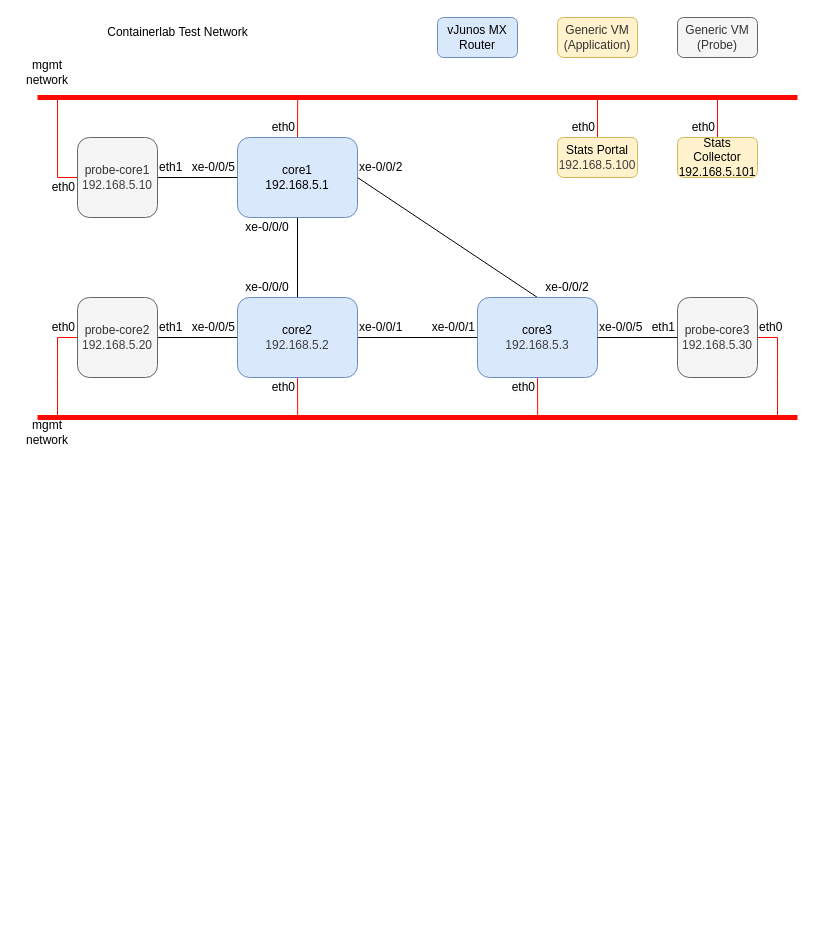
Above: Diagrams/Aquila-clab.drawio in ErcModel3/Aquila (draw.io), before the change. Source tidied: cells renumbered, new cells numbered last; positions are measured from the earlier drawing's top-left corner, leaving out a move shared by most shapes. Both pictures are drawn from the tidied source at 100%, with x=0, y=0 at pixel (17, 17).
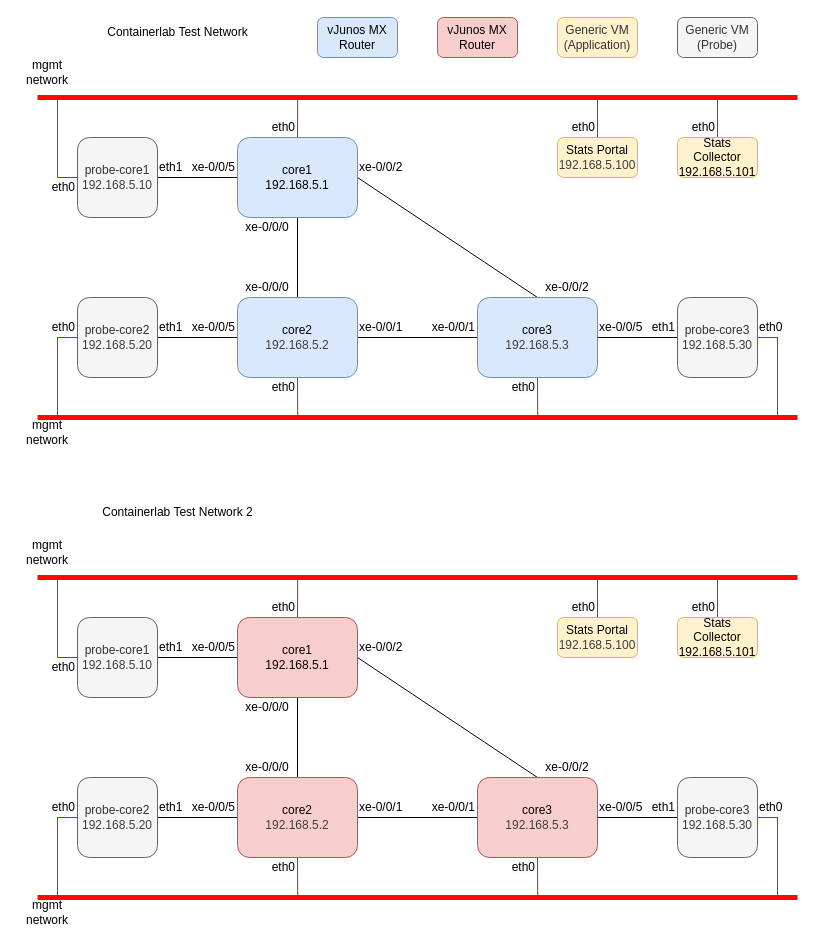
After the change.

Commit message:
Updated diagram but didn't export it (yet)

Diff of the diagram source:
```diff
@@
-    <mxCell id="39" value="vJunos MX Router" style="rounded=1;whiteSpace=wrap;html=1;fillColor=#dae8fc;strokeColor=#6c8ebf;" parent="1" vertex="1">
+    <mxCell id="39" value="vJunos MX Router" style="rounded=1;whiteSpace=wrap;html=1;fillColor=#f8cecc;strokeColor=#b85450;" parent="1" vertex="1">
       <mxGeometry x="420" width="80" height="40" as="geometry" />
     </mxCell>
@@
+    <mxCell id="52" value="vJunos MX Router" style="rounded=1;whiteSpace=wrap;html=1;fillColor=#dae8fc;strokeColor=#6c8ebf;" parent="1" vertex="1">
+      <mxGeometry x="300" width="80" height="40" as="geometry" />
+    </mxCell>
+    <mxCell id="53" style="edgeStyle=orthogonalEdgeStyle;rounded=0;jettySize=auto;html=1;exitX=0.5;exitY=1;exitDx=0;exitDy=0;entryX=0.5;entryY=0;entryDx=0;entryDy=0;endArrow=none;startFill=0;" parent="1" edge="1" source="57" target="61">
+      <mxGeometry relative="1" as="geometry" />
+    </mxCell>
+    <mxCell id="54" style="edgeStyle=none;html=1;exitX=1;exitY=0.5;exitDx=0;exitDy=0;entryX=0.5;entryY=0;entryDx=0;entryDy=0;endArrow=none;endFill=0;" parent="1" edge="1" source="57" target="63">
+      <mxGeometry relative="1" as="geometry" />
+    </mxCell>
+    <mxCell id="55" style="edgeStyle=none;html=1;exitX=0;exitY=0.5;exitDx=0;exitDy=0;entryX=1;entryY=0.5;entryDx=0;entryDy=0;endArrow=none;endFill=0;" parent="1" edge="1" source="57" target="76">
+      <mxGeometry relative="1" as="geometry" />
+    </mxCell>
+    <mxCell id="56" style="edgeStyle=none;html=1;exitX=0.5;exitY=0;exitDx=0;exitDy=0;endArrow=none;endFill=0;strokeColor=#FF0800;" parent="1" edge="1" source="57">
+      <mxGeometry relative="1" as="geometry">
+        <mxPoint x="280.2" y="560" as="targetPoint" />
+      </mxGeometry>
+    </mxCell>
+    <mxCell id="57" value="core1&lt;div&gt;192.168.5.1&lt;/div&gt;" style="rounded=1;whiteSpace=wrap;html=1;fillColor=#f8cecc;strokeColor=#b85450;" parent="1" vertex="1">
+      <mxGeometry x="220" y="600" width="120" height="80" as="geometry" />
+    </mxCell>
+    <mxCell id="58" style="edgeStyle=orthogonalEdgeStyle;rounded=0;jettySize=auto;html=1;exitX=1;exitY=0.5;exitDx=0;exitDy=0;entryX=0;entryY=0.5;entryDx=0;entryDy=0;endArrow=none;startFill=0;" parent="1" edge="1" source="61" target="63">
+      <mxGeometry relative="1" as="geometry" />
+    </mxCell>
+    <mxCell id="59" style="edgeStyle=none;html=1;exitX=0;exitY=0.5;exitDx=0;exitDy=0;entryX=1;entryY=0.5;entryDx=0;entryDy=0;endArrow=none;endFill=0;" parent="1" edge="1" source="61" target="78">
+      <mxGeometry relative="1" as="geometry" />
+    </mxCell>
+    <mxCell id="60" style="edgeStyle=none;html=1;exitX=0.5;exitY=1;exitDx=0;exitDy=0;endArrow=none;endFill=0;strokeColor=#FF0800;" parent="1" edge="1" source="61">
+      <mxGeometry relative="1" as="geometry">
+        <mxPoint x="280.2" y="880" as="targetPoint" />
+      </mxGeometry>
+    </mxCell>
+    <mxCell id="61" value="core2&lt;div&gt;&lt;span style=&quot;color: rgb(63, 63, 63);&quot;&gt;192.168.5.2&lt;/span&gt;&lt;/div&gt;" style="rounded=1;whiteSpace=wrap;html=1;fillColor=#f8cecc;strokeColor=#b85450;" parent="1" vertex="1">
+      <mxGeometry x="220" y="760" width="120" height="80" as="geometry" />
+    </mxCell>
+    <mxCell id="62" style="edgeStyle=none;html=1;exitX=0.5;exitY=1;exitDx=0;exitDy=0;endArrow=none;endFill=0;strokeColor=#FF0800;" parent="1" edge="1" source="63">
+      <mxGeometry relative="1" as="geometry">
+        <mxPoint x="520.2" y="880" as="targetPoint" />
+      </mxGeometry>
+    </mxCell>
+    <mxCell id="63" value="core3&lt;div&gt;&lt;span style=&quot;color: rgb(63, 63, 63);&quot;&gt;192.168.5.3&lt;/span&gt;&lt;/div&gt;" style="rounded=1;whiteSpace=wrap;html=1;fillColor=#f8cecc;strokeColor=#b85450;" parent="1" vertex="1">
+      <mxGeometry x="460" y="760" width="120" height="80" as="geometry" />
+    </mxCell>
+    <mxCell id="64" value="xe-0/0/0" style="text;html=1;align=center;verticalAlign=middle;whiteSpace=wrap;rounded=0;" parent="1" vertex="1">
+      <mxGeometry x="220" y="680" width="60" height="20" as="geometry" />
+    </mxCell>
+    <mxCell id="65" style="edgeStyle=none;html=1;exitX=0.5;exitY=0;exitDx=0;exitDy=0;endArrow=none;endFill=0;strokeColor=#FF0800;" parent="1" edge="1" source="66">
+      <mxGeometry relative="1" as="geometry">
+        <mxPoint x="700" y="560" as="targetPoint" />
+      </mxGeometry>
+    </mxCell>
+    <mxCell id="66" value="Stats Collector&lt;div&gt;192.168.5.101&lt;/div&gt;" style="rounded=1;whiteSpace=wrap;html=1;fillColor=#fff2cc;strokeColor=#d6b656;" parent="1" vertex="1">
+      <mxGeometry x="660" y="600" width="80" height="40" as="geometry" />
+    </mxCell>
+    <mxCell id="67" style="edgeStyle=none;html=1;exitX=0.5;exitY=0;exitDx=0;exitDy=0;endArrow=none;endFill=0;strokeColor=#FF0800;" parent="1" edge="1" source="68">
+      <mxGeometry relative="1" as="geometry">
+        <mxPoint x="580" y="560" as="targetPoint" />
+      </mxGeometry>
+    </mxCell>
+    <mxCell id="68" value="Stats Portal&lt;div&gt;&lt;span style=&quot;color: rgb(63, 63, 63);&quot;&gt;192.168.5.100&lt;/span&gt;&lt;/div&gt;" style="rounded=1;whiteSpace=wrap;html=1;fillColor=#fff2cc;strokeColor=#d6b656;" parent="1" vertex="1">
+      <mxGeometry x="540" y="600" width="80" height="40" as="geometry" />
+    </mxCell>
+    <mxCell id="69" value="Containerlab Test Network 2" style="text;html=1;align=center;verticalAlign=middle;strokeColor=none;fillColor=none;" parent="1" vertex="1">
+      <mxGeometry x="75" y="480" width="170" height="30" as="geometry" />
+    </mxCell>
+    <mxCell id="70" value="xe-0/0/0" style="text;html=1;align=center;verticalAlign=middle;whiteSpace=wrap;rounded=0;" parent="1" vertex="1">
+      <mxGeometry x="220" y="740" width="60" height="20" as="geometry" />
+    </mxCell>
+    <mxCell id="71" value="xe-0/0/1" style="text;html=1;align=left;verticalAlign=middle;whiteSpace=wrap;rounded=0;" parent="1" vertex="1">
+      <mxGeometry x="340" y="780" width="60" height="20" as="geometry" />
+    </mxCell>
+    <mxCell id="72" value="xe-0/0/1" style="text;html=1;align=right;verticalAlign=middle;whiteSpace=wrap;rounded=0;" parent="1" vertex="1">
+      <mxGeometry x="400" y="780" width="60" height="20" as="geometry" />
+    </mxCell>
+    <mxCell id="73" value="xe-0/0/2" style="text;html=1;align=left;verticalAlign=middle;whiteSpace=wrap;rounded=0;" parent="1" vertex="1">
+      <mxGeometry x="340" y="620" width="60" height="20" as="geometry" />
+    </mxCell>
+    <mxCell id="74" value="xe-0/0/2" style="text;html=1;align=center;verticalAlign=middle;whiteSpace=wrap;rounded=0;" parent="1" vertex="1">
+      <mxGeometry x="520" y="740" width="60" height="20" as="geometry" />
+    </mxCell>
+    <mxCell id="75" style="edgeStyle=none;html=1;exitX=0;exitY=0.5;exitDx=0;exitDy=0;strokeColor=#FF0800;rounded=0;curved=0;endArrow=none;endFill=0;" parent="1" edge="1" source="76">
+      <mxGeometry relative="1" as="geometry">
+        <mxPoint x="40" y="560" as="targetPoint" />
+        <Array as="points">
+          <mxPoint x="40" y="640" />
+        </Array>
+      </mxGeometry>
+    </mxCell>
+    <mxCell id="76" value="probe-core1&lt;div&gt;&lt;span style=&quot;color: rgb(63, 63, 63);&quot;&gt;192.168.5.10&lt;/span&gt;&lt;/div&gt;" style="rounded=1;whiteSpace=wrap;html=1;fillColor=#f5f5f5;fontColor=#333333;strokeColor=#666666;" parent="1" vertex="1">
+      <mxGeometry x="60" y="600" width="80" height="80" as="geometry" />
+    </mxCell>
+    <mxCell id="77" style="edgeStyle=none;html=1;exitX=0;exitY=0.5;exitDx=0;exitDy=0;rounded=0;curved=0;endArrow=none;endFill=0;strokeColor=#FF0800;" parent="1" edge="1" source="78">
+      <mxGeometry relative="1" as="geometry">
+        <mxPoint x="40" y="880" as="targetPoint" />
+        <Array as="points">
+          <mxPoint x="40" y="800" />
+          <mxPoint x="40" y="840" />
+        </Array>
+      </mxGeometry>
+    </mxCell>
+    <mxCell id="78" value="probe-core2&lt;div&gt;&lt;span style=&quot;color: rgb(63, 63, 63);&quot;&gt;192.168.5.20&lt;/span&gt;&lt;/div&gt;" style="rounded=1;whiteSpace=wrap;html=1;fillColor=#f5f5f5;fontColor=#333333;strokeColor=#666666;" parent="1" vertex="1">
+      <mxGeometry x="60" y="760" width="80" height="80" as="geometry" />
+    </mxCell>
+    <mxCell id="79" style="edgeStyle=none;html=1;exitX=0;exitY=0.5;exitDx=0;exitDy=0;entryX=1;entryY=0.5;entryDx=0;entryDy=0;endArrow=none;endFill=0;" parent="1" edge="1" source="81" target="63">
+      <mxGeometry relative="1" as="geometry" />
+    </mxCell>
+    <mxCell id="80" style="edgeStyle=none;html=1;exitX=1;exitY=0.5;exitDx=0;exitDy=0;rounded=0;curved=0;endArrow=none;endFill=0;strokeColor=#FF0800;" parent="1" edge="1" source="81">
+      <mxGeometry relative="1" as="geometry">
+        <mxPoint x="760" y="880" as="targetPoint" />
+        <Array as="points">
+          <mxPoint x="760" y="800" />
+          <mxPoint x="760" y="840" />
+        </Array>
+      </mxGeometry>
+    </mxCell>
+    <mxCell id="81" value="probe-core3&lt;div&gt;&lt;span style=&quot;color: rgb(63, 63, 63);&quot;&gt;192.168.5.30&lt;/span&gt;&lt;/div&gt;" style="rounded=1;whiteSpace=wrap;html=1;fillColor=#f5f5f5;fontColor=#333333;strokeColor=#666666;" parent="1" vertex="1">
+      <mxGeometry x="660" y="760" width="80" height="80" as="geometry" />
+    </mxCell>
+    <mxCell id="82" value="xe-0/0/5" style="text;html=1;align=left;verticalAlign=middle;whiteSpace=wrap;rounded=0;" parent="1" vertex="1">
+      <mxGeometry x="580" y="780" width="60" height="20" as="geometry" />
+    </mxCell>
+    <mxCell id="83" value="eth1" style="text;html=1;align=right;verticalAlign=middle;whiteSpace=wrap;rounded=0;" parent="1" vertex="1">
+      <mxGeometry x="620" y="780" width="40" height="20" as="geometry" />
+    </mxCell>
+    <mxCell id="84" value="eth1" style="text;html=1;align=left;verticalAlign=middle;whiteSpace=wrap;rounded=0;" parent="1" vertex="1">
+      <mxGeometry x="140" y="780" width="40" height="20" as="geometry" />
+    </mxCell>
+    <mxCell id="85" value="xe-0/0/5" style="text;html=1;align=right;verticalAlign=middle;whiteSpace=wrap;rounded=0;" parent="1" vertex="1">
+      <mxGeometry x="160" y="780" width="60" height="20" as="geometry" />
+    </mxCell>
+    <mxCell id="86" value="eth1" style="text;html=1;align=left;verticalAlign=middle;whiteSpace=wrap;rounded=0;" parent="1" vertex="1">
+      <mxGeometry x="140" y="620" width="40" height="20" as="geometry" />
+    </mxCell>
+    <mxCell id="87" value="xe-0/0/5" style="text;html=1;align=right;verticalAlign=middle;whiteSpace=wrap;rounded=0;" parent="1" vertex="1">
+      <mxGeometry x="160" y="620" width="60" height="20" as="geometry" />
+    </mxCell>
+    <mxCell id="88" value="eth0" style="text;html=1;align=left;verticalAlign=middle;whiteSpace=wrap;rounded=0;" parent="1" vertex="1">
+      <mxGeometry x="740" y="780" width="40" height="20" as="geometry" />
+    </mxCell>
+    <mxCell id="89" value="eth0" style="text;html=1;align=right;verticalAlign=middle;whiteSpace=wrap;rounded=0;" parent="1" vertex="1">
+      <mxGeometry x="20" y="780" width="40" height="20" as="geometry" />
+    </mxCell>
+    <mxCell id="90" value="eth0" style="text;html=1;align=right;verticalAlign=middle;whiteSpace=wrap;rounded=0;" parent="1" vertex="1">
+      <mxGeometry x="20" y="640" width="40" height="20" as="geometry" />
+    </mxCell>
+    <mxCell id="91" value="&lt;span style=&quot;color: rgb(0, 0, 0); font-family: Helvetica; font-size: 12px; font-style: normal; font-variant-ligatures: normal; font-variant-caps: normal; font-weight: 400; letter-spacing: normal; orphans: 2; text-indent: 0px; text-transform: none; widows: 2; word-spacing: 0px; -webkit-text-stroke-width: 0px; white-space: normal; background-color: rgb(251, 251, 251); text-decoration-thickness: initial; text-decoration-style: initial; text-decoration-color: initial; float: none; display: inline !important;&quot;&gt;eth0&lt;/span&gt;" style="text;html=1;align=right;verticalAlign=middle;whiteSpace=wrap;rounded=0;" parent="1" vertex="1">
+      <mxGeometry x="220" y="580" width="60" height="20" as="geometry" />
+    </mxCell>
+    <mxCell id="92" value="eth0" style="text;html=1;align=right;verticalAlign=middle;whiteSpace=wrap;rounded=0;" parent="1" vertex="1">
+      <mxGeometry x="220" y="840" width="60" height="20" as="geometry" />
+    </mxCell>
+    <mxCell id="93" value="&lt;span style=&quot;color: rgb(0, 0, 0); font-family: Helvetica; font-size: 12px; font-style: normal; font-variant-ligatures: normal; font-variant-caps: normal; font-weight: 400; letter-spacing: normal; orphans: 2; text-indent: 0px; text-transform: none; widows: 2; word-spacing: 0px; -webkit-text-stroke-width: 0px; white-space: normal; background-color: rgb(251, 251, 251); text-decoration-thickness: initial; text-decoration-style: initial; text-decoration-color: initial; float: none; display: inline !important;&quot;&gt;eth0&lt;/span&gt;" style="text;html=1;align=right;verticalAlign=middle;whiteSpace=wrap;rounded=0;" parent="1" vertex="1">
+      <mxGeometry x="460" y="840" width="60" height="20" as="geometry" />
+    </mxCell>
+    <mxCell id="94" style="endArrow=none;html=1;strokeWidth=5;strokeColor=#FF0800;" parent="1" edge="1">
+      <mxGeometry relative="1" as="geometry">
+        <mxPoint x="20" y="560" as="sourcePoint" />
+        <mxPoint x="780" y="560" as="targetPoint" />
+      </mxGeometry>
+    </mxCell>
+    <mxCell id="95" style="endArrow=none;html=1;strokeWidth=5;strokeColor=#FF0800;" parent="1" edge="1">
+      <mxGeometry relative="1" as="geometry">
+        <mxPoint x="20" y="880" as="sourcePoint" />
+        <mxPoint x="780" y="880" as="targetPoint" />
+      </mxGeometry>
+    </mxCell>
+    <mxCell id="96" value="mgmt network" style="text;html=1;align=center;verticalAlign=middle;whiteSpace=wrap;rounded=0;" parent="1" vertex="1">
+      <mxGeometry y="520" width="60" height="30" as="geometry" />
+    </mxCell>
+    <mxCell id="97" value="mgmt network" style="text;html=1;align=center;verticalAlign=middle;whiteSpace=wrap;rounded=0;" parent="1" vertex="1">
+      <mxGeometry y="880" width="60" height="30" as="geometry" />
+    </mxCell>
+    <mxCell id="98" value="&lt;span style=&quot;color: rgb(0, 0, 0); font-family: Helvetica; font-size: 12px; font-style: normal; font-variant-ligatures: normal; font-variant-caps: normal; font-weight: 400; letter-spacing: normal; orphans: 2; text-indent: 0px; text-transform: none; widows: 2; word-spacing: 0px; -webkit-text-stroke-width: 0px; white-space: normal; background-color: rgb(251, 251, 251); text-decoration-thickness: initial; text-decoration-style: initial; text-decoration-color: initial; float: none; display: inline !important;&quot;&gt;eth0&lt;/span&gt;" style="text;html=1;align=right;verticalAlign=middle;whiteSpace=wrap;rounded=0;" parent="1" vertex="1">
+      <mxGeometry x="540" y="580" width="40" height="20" as="geometry" />
+    </mxCell>
+    <mxCell id="99" value="&lt;span style=&quot;color: rgb(0, 0, 0); font-family: Helvetica; font-size: 12px; font-style: normal; font-variant-ligatures: normal; font-variant-caps: normal; font-weight: 400; letter-spacing: normal; orphans: 2; text-indent: 0px; text-transform: none; widows: 2; word-spacing: 0px; -webkit-text-stroke-width: 0px; white-space: normal; background-color: rgb(251, 251, 251); text-decoration-thickness: initial; text-decoration-style: initial; text-decoration-color: initial; float: none; display: inline !important;&quot;&gt;eth0&lt;/span&gt;" style="text;html=1;align=right;verticalAlign=middle;whiteSpace=wrap;rounded=0;" parent="1" vertex="1">
+      <mxGeometry x="660" y="580" width="40" height="20" as="geometry" />
+    </mxCell>
```
